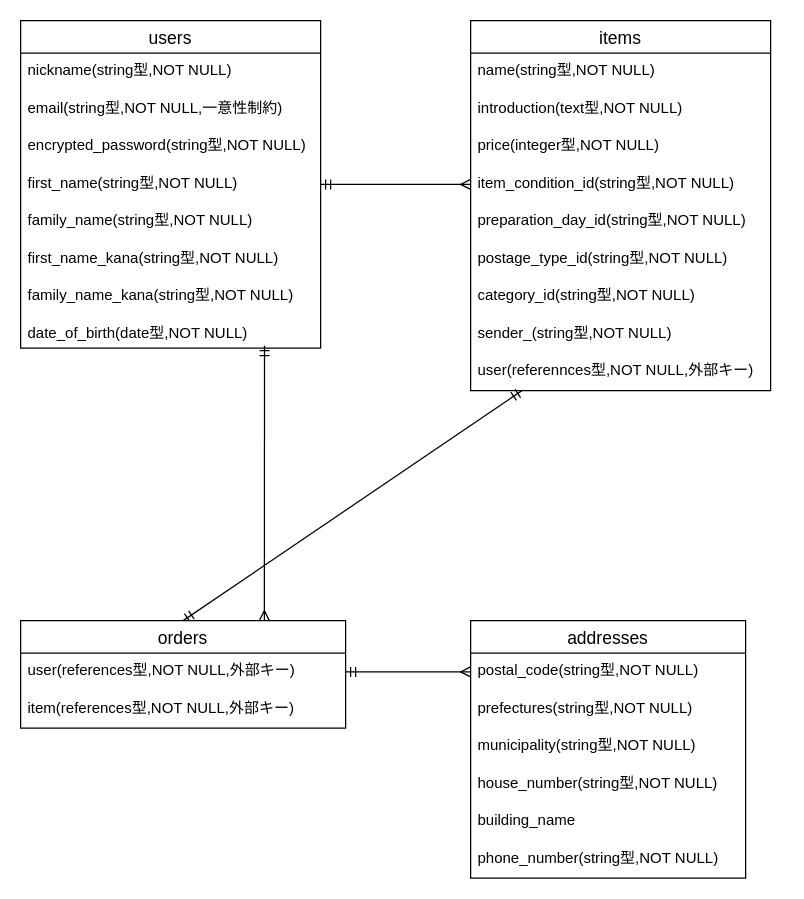
Earlier version of the draw.io diagram test.dio (1984tatsuya0610/furima-38480). Source tidied: cells renumbered, new cells numbered last; positions are measured from the earlier drawing's top-left corner, leaving out a move shared by most shapes. Both pictures are drawn from the tidied source at 125%, with x=0, y=0 at pixel (20, 20).
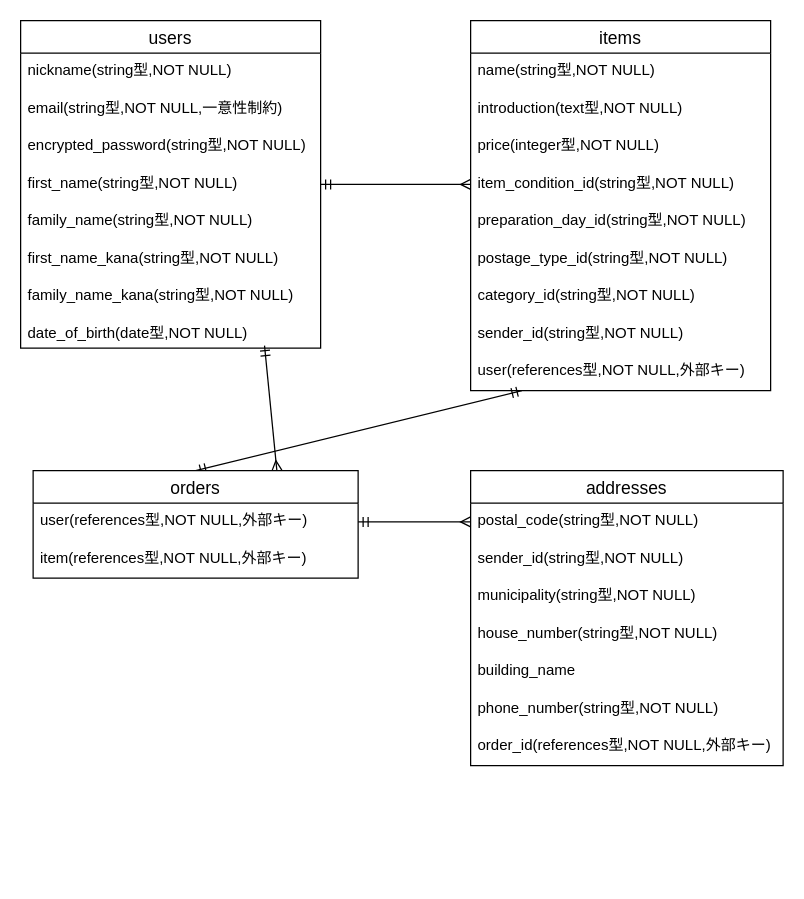
The same diagram, later.

The change refers to these unchanged cells:
```xml
<mxCell id="11" value="items" style="swimlane;fontStyle=0;horizontal=1;startSize=26;align=center;fontSize=14;" parent="1" vertex="1">
  <mxGeometry x="360" width="240" height="296" as="geometry" />
</mxCell>
```

Change to the diagram source:
```diff
@@
-    <mxCell id="19" value="sender_(string型,NOT NULL)" style="text;strokeColor=none;fillColor=none;spacingLeft=4;spacingRight=4;overflow=hidden;fontSize=12;" parent="11" vertex="1">
+    <mxCell id="19" value="sender_id(string型,NOT NULL)" style="text;strokeColor=none;fillColor=none;spacingLeft=4;spacingRight=4;overflow=hidden;fontSize=12;" parent="11" vertex="1">
       <mxGeometry y="236" width="240" height="30" as="geometry" />
     </mxCell>
-    <mxCell id="20" value="user(referennces型,NOT NULL,外部キー)" style="text;strokeColor=none;fillColor=none;spacingLeft=4;spacingRight=4;overflow=hidden;points=[[0,0.5],[1,0.5]];portConstraint=eastwest;fontSize=12;" parent="11" vertex="1">
+    <mxCell id="20" value="user(references型,NOT NULL,外部キー)" style="text;strokeColor=none;fillColor=none;spacingLeft=4;spacingRight=4;overflow=hidden;points=[[0,0.5],[1,0.5]];portConstraint=eastwest;fontSize=12;" parent="11" vertex="1">
       <mxGeometry y="266" width="240" height="30" as="geometry" />
     </mxCell>
@@
     <mxCell id="23" value="orders" style="swimlane;fontStyle=0;horizontal=1;startSize=26;align=center;fontSize=14;" parent="1" vertex="1">
-      <mxGeometry y="480" width="260" height="86" as="geometry" />
+      <mxGeometry x="10" y="360" width="260" height="86" as="geometry" />
     </mxCell>
@@
     <mxCell id="26" value="addresses" style="swimlane;fontStyle=0;horizontal=1;startSize=26;align=center;fontSize=14;" parent="1" vertex="1">
-      <mxGeometry x="360" y="480" width="220" height="206" as="geometry" />
+      <mxGeometry x="360" y="360" width="250" height="236" as="geometry" />
     </mxCell>
     <mxCell id="27" value="postal_code(string型,NOT NULL)" style="text;strokeColor=none;fillColor=none;spacingLeft=4;spacingRight=4;overflow=hidden;points=[[0,0.5],[1,0.5]];portConstraint=eastwest;fontSize=12;" parent="26" vertex="1">
-      <mxGeometry y="26" width="220" height="30" as="geometry" />
+      <mxGeometry y="26" width="250" height="30" as="geometry" />
     </mxCell>
-    <mxCell id="28" value="prefectures(string型,NOT NULL)" style="text;strokeColor=none;fillColor=none;spacingLeft=4;spacingRight=4;overflow=hidden;fontSize=12;" parent="26" vertex="1">
-      <mxGeometry y="56" width="220" height="30" as="geometry" />
+    <mxCell id="28" value="sender_id(string型,NOT NULL)" style="text;strokeColor=none;fillColor=none;spacingLeft=4;spacingRight=4;overflow=hidden;fontSize=12;" parent="26" vertex="1">
+      <mxGeometry y="56" width="250" height="30" as="geometry" />
     </mxCell>
     <mxCell id="29" value="municipality(string型,NOT NULL)" style="text;strokeColor=none;fillColor=none;spacingLeft=4;spacingRight=4;overflow=hidden;fontSize=12;" parent="26" vertex="1">
-      <mxGeometry y="86" width="220" height="30" as="geometry" />
+      <mxGeometry y="86" width="250" height="30" as="geometry" />
     </mxCell>
     <mxCell id="30" value="house_number(string型,NOT NULL)" style="text;strokeColor=none;fillColor=none;spacingLeft=4;spacingRight=4;overflow=hidden;fontSize=12;" parent="26" vertex="1">
-      <mxGeometry y="116" width="220" height="30" as="geometry" />
+      <mxGeometry y="116" width="250" height="30" as="geometry" />
     </mxCell>
     <mxCell id="31" value="building_name" style="text;strokeColor=none;fillColor=none;spacingLeft=4;spacingRight=4;overflow=hidden;fontSize=12;" parent="26" vertex="1">
-      <mxGeometry y="146" width="220" height="30" as="geometry" />
+      <mxGeometry y="146" width="250" height="30" as="geometry" />
     </mxCell>
     <mxCell id="32" value="phone_number(string型,NOT NULL)" style="text;strokeColor=none;fillColor=none;spacingLeft=4;spacingRight=4;overflow=hidden;fontSize=12;" parent="26" vertex="1">
-      <mxGeometry y="176" width="220" height="30" as="geometry" />
+      <mxGeometry y="176" width="250" height="30" as="geometry" />
     </mxCell>
+    <mxCell id="35" value="order_id(references型,NOT NULL,外部キー)" style="text;strokeColor=none;fillColor=none;spacingLeft=4;spacingRight=4;overflow=hidden;fontSize=12;" parent="26" vertex="1">
+      <mxGeometry y="206" width="250" height="30" as="geometry" />
+    </mxCell>
```
